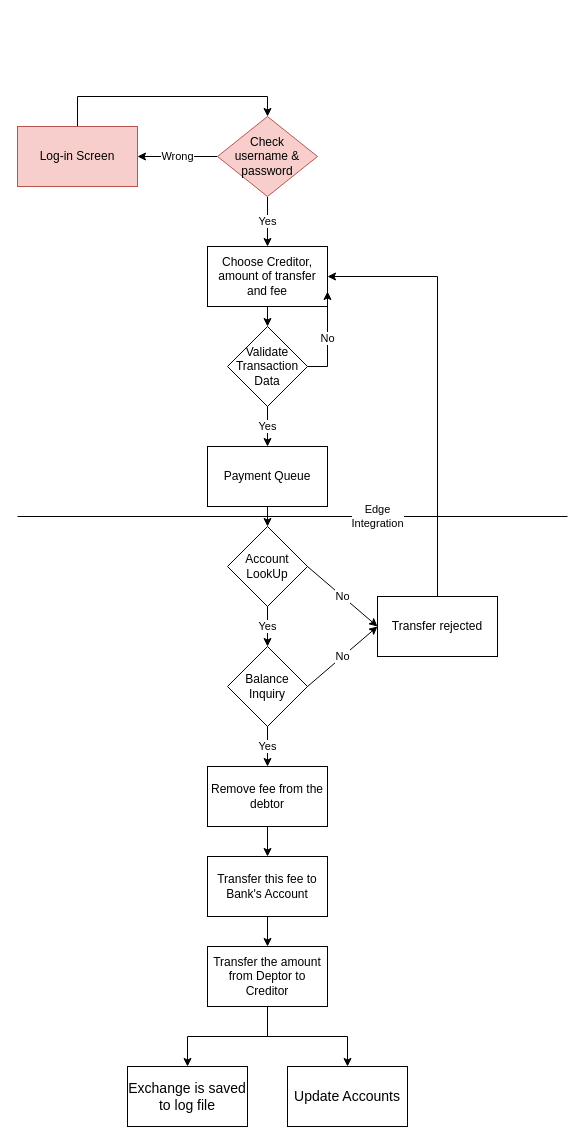
This is page "Payment" (1 of 2) of Fintech-Java-Diagram.drawio from Alexander92j/Fintech-PF7-Team5, a draw.io file, before an edit. Source tidied: cells renumbered, new cells numbered last; positions are measured from the earlier drawing's top-left corner, leaving out a move shared by most shapes. Both pictures are drawn from the tidied source at 100%, with x=0, y=0 at pixel (17, 116).
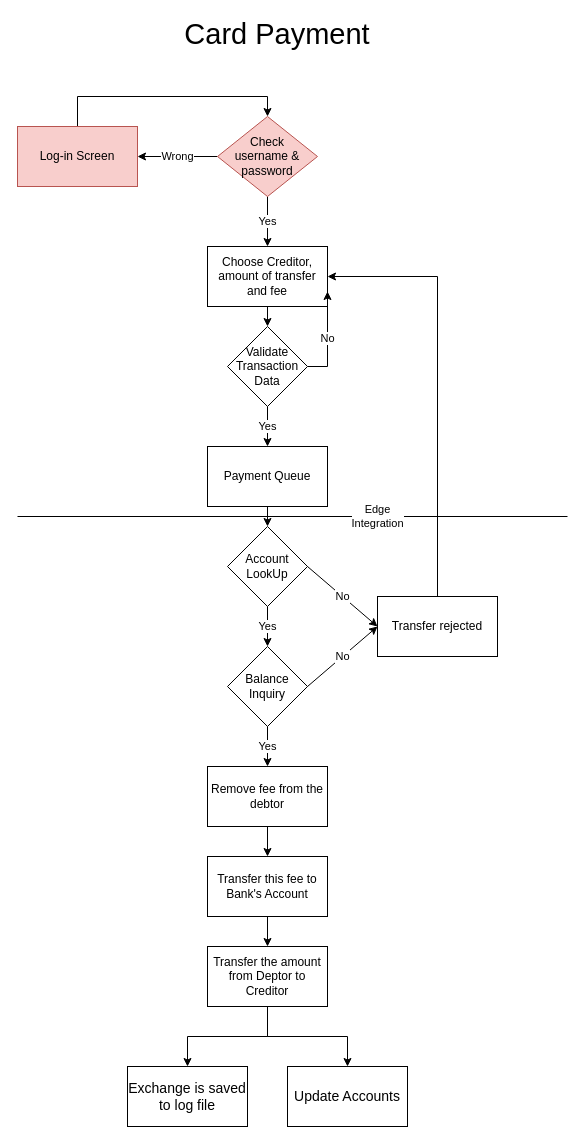
Above is the later version.

Diff of the diagram source:
```diff
@@
+    <mxCell id="32" value="&lt;font style=&quot;font-size: 29px&quot;&gt;Card Payment&lt;/font&gt;" style="text;html=1;strokeColor=none;fillColor=none;align=center;verticalAlign=middle;whiteSpace=wrap;rounded=0;" parent="1" vertex="1">
+      <mxGeometry x="125" y="-97" width="270" height="30" as="geometry" />
+    </mxCell>
```
